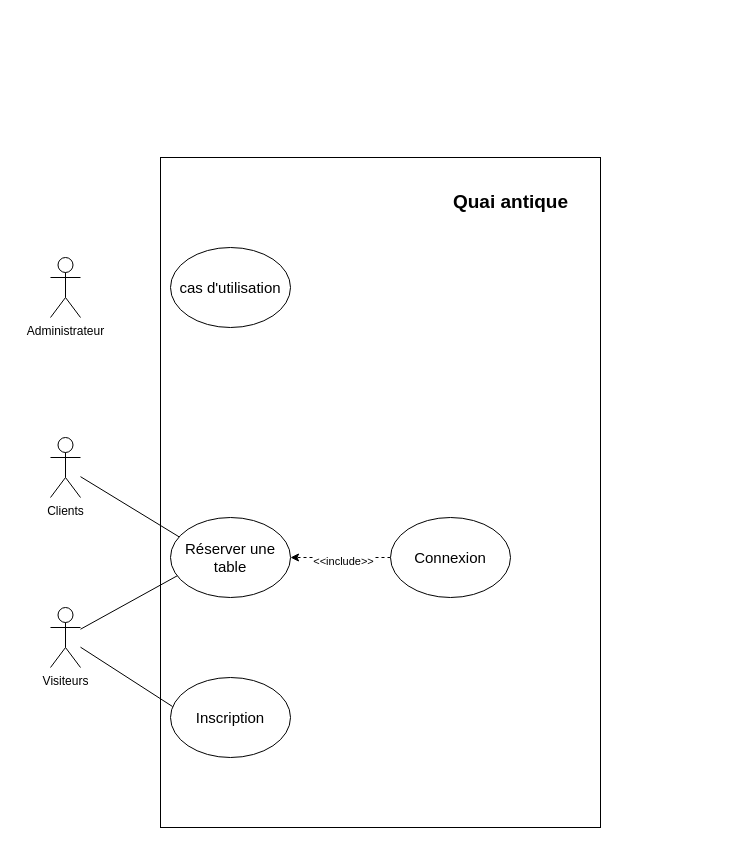
The draw.io diagram Diagramme quai antique.drawio in Valtenas/projet-fil-rouge, before the edit. Source tidied: cells renumbered, new cells numbered last; positions are measured from the earlier drawing's top-left corner, leaving out a move shared by most shapes. Both pictures are drawn from the tidied source at 100%, with x=0, y=0 at pixel (50, 157).
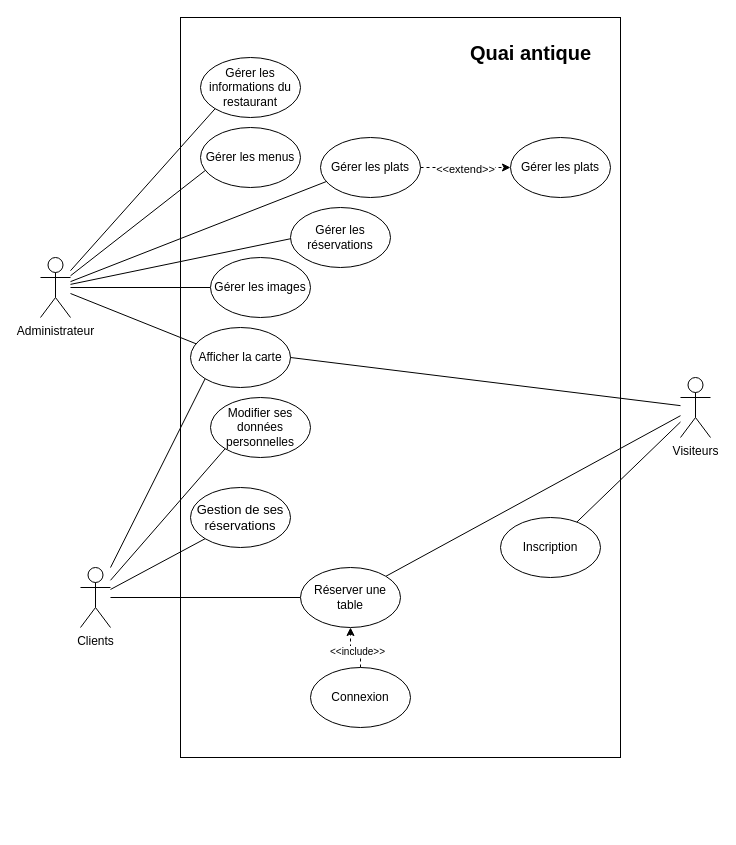
After the change.

Commit message:
Mettre à jour Diagramme quai antique.drawio

What changed in the source:
```diff
@@
     <mxCell id="2" style="rounded=0;whiteSpace=wrap;html=1;" parent="1" vertex="1">
-      <mxGeometry x="110" width="440" height="670" as="geometry" />
+      <mxGeometry x="130" y="-140" width="440" height="740" as="geometry" />
     </mxCell>
-    <mxCell id="3" value="Quai antique" style="text;strokeColor=none;fillColor=none;html=1;fontSize=19;fontStyle=1;verticalAlign=middle;align=center;" parent="1" vertex="1">
-      <mxGeometry x="410" y="20" width="100" height="50" as="geometry" />
+    <mxCell id="3" value="Quai antique" style="text;html=1;fontSize=20;fontStyle=1;verticalAlign=middle;align=center;fontColor=light-dark(#000000,#FFFFFF);" parent="1" vertex="1">
+      <mxGeometry x="430" y="-130" width="100" height="50" as="geometry" />
     </mxCell>
-    <mxCell id="4" value="cas d'utilisation" style="ellipse;whiteSpace=wrap;html=1;fontSize=15;" parent="1" vertex="1">
-      <mxGeometry x="120" y="90" width="120" height="80" as="geometry" />
-    </mxCell>
+    <mxCell id="16" style="rounded=0;jettySize=auto;html=1;entryX=0.055;entryY=0.271;entryDx=0;entryDy=0;endArrow=none;startFill=0;entryPerimeter=0;" parent="1" edge="1" source="5" target="21">
+      <mxGeometry relative="1" as="geometry" />
+    </mxCell>
+    <mxCell id="17" style="rounded=0;jettySize=auto;html=1;entryX=0.06;entryY=0.7;entryDx=0;entryDy=0;endArrow=none;startFill=0;entryPerimeter=0;" parent="1" edge="1" source="5" target="28">
+      <mxGeometry relative="1" as="geometry" />
+    </mxCell>
+    <mxCell id="18" style="rounded=0;jettySize=auto;html=1;entryX=0.06;entryY=0.733;entryDx=0;entryDy=0;endArrow=none;startFill=0;entryPerimeter=0;" parent="1" edge="1" source="5" target="31">
+      <mxGeometry relative="1" as="geometry" />
+    </mxCell>
+    <mxCell id="19" style="rounded=0;jettySize=auto;html=1;endArrow=none;startFill=0;" parent="1" edge="1" source="5" target="32">
+      <mxGeometry relative="1" as="geometry" />
+    </mxCell>
+    <mxCell id="20" style="rounded=0;jettySize=auto;html=1;entryX=0.06;entryY=0.5;entryDx=0;entryDy=0;endArrow=none;startFill=0;entryPerimeter=0;" parent="1" edge="1" source="5" target="33">
+      <mxGeometry relative="1" as="geometry" />
+    </mxCell>
     <mxCell id="5" value="&lt;div&gt;Administrateur&lt;/div&gt;" style="shape=umlActor;verticalLabelPosition=bottom;verticalAlign=top;html=1;outlineConnect=0;" parent="1" vertex="1">
-      <mxGeometry y="100" width="30" height="60" as="geometry" />
+      <mxGeometry x="-10" y="100" width="30" height="60" as="geometry" />
     </mxCell>
-    <mxCell id="6" style="rounded=0;jettySize=auto;html=1;entryX=0.108;entryY=0.275;entryDx=0;entryDy=0;endArrow=none;startFill=0;entryPerimeter=0;" parent="1" edge="1" source="7" target="12">
+    <mxCell id="6" style="rounded=0;jettySize=auto;html=1;endArrow=none;startFill=0;entryX=0;entryY=0.5;entryDx=0;entryDy=0;" parent="1" edge="1" source="7" target="12">
       <mxGeometry relative="1" as="geometry" />
     </mxCell>
     <mxCell id="7" value="&lt;div&gt;Clients&lt;/div&gt;" style="shape=umlActor;verticalLabelPosition=bottom;verticalAlign=top;html=1;outlineConnect=0;" parent="1" vertex="1">
-      <mxGeometry y="280" width="30" height="60" as="geometry" />
+      <mxGeometry x="30" y="410" width="30" height="60" as="geometry" />
     </mxCell>
-    <mxCell id="8" style="rounded=0;jettySize=auto;html=1;entryX=0.075;entryY=0.713;entryDx=0;entryDy=0;endArrow=none;startFill=0;entryPerimeter=0;" parent="1" edge="1" source="9" target="12">
+    <mxCell id="8" style="rounded=0;jettySize=auto;html=1;entryX=1;entryY=0;entryDx=0;entryDy=0;endArrow=none;startFill=0;" parent="1" edge="1" source="9" target="12">
       <mxGeometry relative="1" as="geometry" />
     </mxCell>
     <mxCell id="9" value="Visiteurs" style="shape=umlActor;verticalLabelPosition=bottom;verticalAlign=top;html=1;outlineConnect=0;" parent="1" vertex="1">
-      <mxGeometry y="450" width="30" height="60" as="geometry" />
+      <mxGeometry x="630" y="220" width="30" height="60" as="geometry" />
     </mxCell>
-    <mxCell id="10" value="Inscription" style="ellipse;whiteSpace=wrap;html=1;fontSize=15;" parent="1" vertex="1">
-      <mxGeometry x="120" y="520" width="120" height="80" as="geometry" />
+    <mxCell id="10" value="Inscription" style="ellipse;whiteSpace=wrap;html=1;fontSize=12;" parent="1" vertex="1">
+      <mxGeometry x="450" y="360" width="100" height="60" as="geometry" />
     </mxCell>
-    <mxCell id="11" style="rounded=0;jettySize=auto;html=1;endArrow=none;startFill=0;entryX=0.017;entryY=0.363;entryDx=0;entryDy=0;entryPerimeter=0;" parent="1" edge="1" source="9" target="10">
+    <mxCell id="11" style="rounded=0;jettySize=auto;html=1;endArrow=none;startFill=0;" parent="1" edge="1" source="9" target="10">
       <mxGeometry relative="1" as="geometry" />
     </mxCell>
-    <mxCell id="12" value="Réserver une table" style="ellipse;whiteSpace=wrap;html=1;fontSize=15;" parent="1" vertex="1">
-      <mxGeometry x="120" y="360" width="120" height="80" as="geometry" />
+    <mxCell id="12" value="Réserver une table" style="ellipse;whiteSpace=wrap;html=1;fontSize=12;" parent="1" vertex="1">
+      <mxGeometry x="250" y="410" width="100" height="60" as="geometry" />
     </mxCell>
-    <mxCell id="13" style="edgeStyle=orthogonalEdgeStyle;rounded=0;jettySize=auto;html=1;entryX=1;entryY=0.5;entryDx=0;entryDy=0;dashed=1;" parent="1" edge="1" source="15" target="12">
+    <mxCell id="13" style="edgeStyle=orthogonalEdgeStyle;rounded=0;jettySize=auto;html=1;entryX=0.5;entryY=1;entryDx=0;entryDy=0;dashed=1;" parent="1" edge="1" source="15" target="12">
       <mxGeometry relative="1" as="geometry" />
     </mxCell>
-    <mxCell id="14" value="&amp;lt;&amp;lt;include&amp;gt;&amp;gt;" style="edgeLabel;html=1;align=center;verticalAlign=middle;" parent="13" vertex="1">
+    <mxCell id="14" value="&amp;lt;&amp;lt;include&amp;gt;&amp;gt;" style="edgeLabel;html=1;align=center;verticalAlign=middle;fontSize=10;" parent="13" vertex="1">
       <mxGeometry x="-0.04" y="3" relative="1" as="geometry" />
     </mxCell>
-    <mxCell id="15" value="Connexion" style="ellipse;whiteSpace=wrap;html=1;fontSize=15;" parent="1" vertex="1">
-      <mxGeometry x="340" y="360" width="120" height="80" as="geometry" />
+    <mxCell id="15" value="Connexion" style="ellipse;whiteSpace=wrap;html=1;fontSize=12;" parent="1" vertex="1">
+      <mxGeometry x="260" y="510" width="100" height="60" as="geometry" />
     </mxCell>
+    <mxCell id="21" value="Afficher la carte" style="ellipse;whiteSpace=wrap;html=1;fontSize=12;" parent="1" vertex="1">
+      <mxGeometry x="140" y="170" width="100" height="60" as="geometry" />
+    </mxCell>
+    <mxCell id="22" style="rounded=0;jettySize=auto;html=1;entryX=0;entryY=1;entryDx=0;entryDy=0;endArrow=none;startFill=0;" parent="1" edge="1" source="7" target="21">
+      <mxGeometry relative="1" as="geometry" />
+    </mxCell>
+    <mxCell id="23" style="rounded=0;jettySize=auto;html=1;entryX=1;entryY=0.5;entryDx=0;entryDy=0;endArrow=none;startFill=0;" parent="1" edge="1" source="9" target="21">
+      <mxGeometry relative="1" as="geometry" />
+    </mxCell>
+    <mxCell id="24" value="Gestion de ses réservations" style="ellipse;whiteSpace=wrap;html=1;fontSize=13;" parent="1" vertex="1">
+      <mxGeometry x="140" y="330" width="100" height="60" as="geometry" />
+    </mxCell>
+    <mxCell id="25" style="rounded=0;jettySize=auto;html=1;entryX=0;entryY=1;entryDx=0;entryDy=0;endArrow=none;startFill=0;" parent="1" edge="1" source="7" target="24">
+      <mxGeometry relative="1" as="geometry" />
+    </mxCell>
+    <mxCell id="26" value="Modifier ses données personnelles" style="ellipse;whiteSpace=wrap;html=1;fontSize=12;" parent="1" vertex="1">
+      <mxGeometry x="160" y="240" width="100" height="60" as="geometry" />
+    </mxCell>
+    <mxCell id="27" style="rounded=0;jettySize=auto;html=1;entryX=0;entryY=1;entryDx=0;entryDy=0;endArrow=none;startFill=0;" parent="1" edge="1" source="7" target="26">
+      <mxGeometry relative="1" as="geometry" />
+    </mxCell>
+    <mxCell id="28" value="Gérer les menus" style="ellipse;whiteSpace=wrap;html=1;" parent="1" vertex="1">
+      <mxGeometry x="150" y="-30" width="100" height="60" as="geometry" />
+    </mxCell>
+    <mxCell id="29" style="edgeStyle=orthogonalEdgeStyle;rounded=0;jettySize=auto;html=1;entryX=0;entryY=0.5;entryDx=0;entryDy=0;dashed=1;" parent="1" edge="1" source="31" target="36">
+      <mxGeometry relative="1" as="geometry" />
+    </mxCell>
+    <mxCell id="30" value="&amp;lt;&amp;lt;extend&amp;gt;&amp;gt;" style="edgeLabel;html=1;align=center;verticalAlign=middle;" parent="29" vertex="1">
+      <mxGeometry x="-0.03" y="-1" relative="1" as="geometry" />
+    </mxCell>
+    <mxCell id="31" value="Gérer les plats" style="ellipse;whiteSpace=wrap;html=1;" parent="1" vertex="1">
+      <mxGeometry x="270" y="-20" width="100" height="60" as="geometry" />
+    </mxCell>
+    <mxCell id="32" value="Gérer les images" style="ellipse;whiteSpace=wrap;html=1;" parent="1" vertex="1">
+      <mxGeometry x="160" y="100" width="100" height="60" as="geometry" />
+    </mxCell>
+    <mxCell id="33" value="Gérer les réservations" style="ellipse;whiteSpace=wrap;html=1;" parent="1" vertex="1">
+      <mxGeometry x="240" y="50" width="100" height="60" as="geometry" />
+    </mxCell>
+    <mxCell id="34" value="Gérer les informations du restaurant" style="ellipse;whiteSpace=wrap;html=1;" parent="1" vertex="1">
+      <mxGeometry x="150" y="-100" width="100" height="60" as="geometry" />
+    </mxCell>
+    <mxCell id="35" style="rounded=0;jettySize=auto;html=1;entryX=0;entryY=1;entryDx=0;entryDy=0;endArrow=none;startFill=0;" parent="1" edge="1" source="5" target="34">
+      <mxGeometry relative="1" as="geometry" />
+    </mxCell>
+    <mxCell id="36" value="Gérer les plats" style="ellipse;whiteSpace=wrap;html=1;" parent="1" vertex="1">
+      <mxGeometry x="460" y="-20" width="100" height="60" as="geometry" />
+    </mxCell>
```
